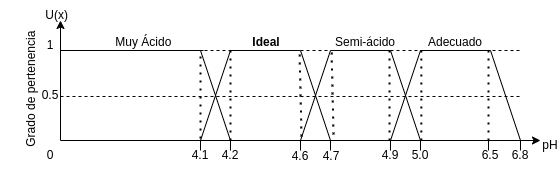
Before: UML/Modulo2/diseno/logica1.drawio.png, a diagram exported from draw.io (miicxitl-kin/Proyecto-Terminal-1-y-2). Source tidied: cells renumbered, new cells last; positions are measured from the earlier drawing's top-left corner, leaving out a move shared by most shapes.
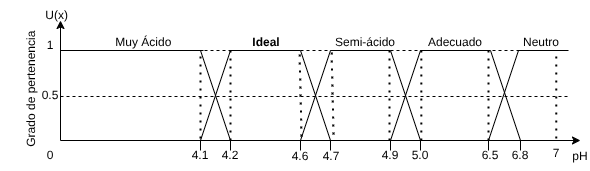
Later version of the same file.

The edit, as a diff of the source:
```diff
@@ -11,7 +11,7 @@
     <mxCell id="3" style="endArrow=classic;html=1;" parent="1" edge="1">
       <mxGeometry relative="1" as="geometry">
         <mxPoint x="94" y="140" as="sourcePoint" />
-        <mxPoint x="574" y="140" as="targetPoint" />
+        <mxPoint x="614" y="140" as="targetPoint" />
       </mxGeometry>
     </mxCell>
     <mxCell id="4" style="endArrow=none;dashed=1;html=1;" parent="1" edge="1">
@@ -54,7 +54,7 @@
       </mxGeometry>
     </mxCell>
     <mxCell id="14" value="pH" style="text;html=1;align=center;verticalAlign=middle;whiteSpace=wrap;rounded=0;" parent="1" vertex="1">
-      <mxGeometry x="574" y="130" width="20" height="30" as="geometry" />
+      <mxGeometry x="604" y="141" width="20" height="30" as="geometry" />
     </mxCell>
     <mxCell id="15" value="0" style="text;html=1;align=center;verticalAlign=middle;whiteSpace=wrap;rounded=0;" parent="1" vertex="1">
       <mxGeometry x="74" y="140" width="20" height="30" as="geometry" />
@@ -179,7 +179,7 @@
     <mxCell id="37" style="endArrow=none;dashed=1;html=1;endSize=6;startSize=6;jumpSize=5;strokeWidth=1;jumpStyle=none;" parent="1" edge="1">
       <mxGeometry relative="1" as="geometry">
         <mxPoint x="94" y="96" as="sourcePoint" />
-        <mxPoint x="554" y="96" as="targetPoint" />
+        <mxPoint x="604" y="96" as="targetPoint" />
       </mxGeometry>
     </mxCell>
     <mxCell id="38" style="endArrow=none;dashed=1;html=1;dashPattern=1 3;strokeWidth=2;" parent="1" edge="1">
@@ -236,5 +236,29 @@
     <mxCell id="49" value="Grado de pertenencia&amp;nbsp;" style="text;html=1;align=center;verticalAlign=middle;whiteSpace=wrap;rounded=0;rotation=-90;" parent="1" vertex="1">
       <mxGeometry y="72" width="130" height="30" as="geometry" />
     </mxCell>
+    <mxCell id="50" style="endArrow=none;html=1;" parent="1" edge="1">
+      <mxGeometry relative="1" as="geometry">
+        <mxPoint x="522" y="140" as="sourcePoint" />
+        <mxPoint x="552" y="50" as="targetPoint" />
+      </mxGeometry>
+    </mxCell>
+    <mxCell id="51" value="7" style="text;html=1;align=center;verticalAlign=middle;whiteSpace=wrap;rounded=0;" parent="1" vertex="1">
+      <mxGeometry x="580" y="138" width="20" height="30" as="geometry" />
+    </mxCell>
+    <mxCell id="52" style="endArrow=none;html=1;startSize=6;endSize=6;strokeWidth=1;targetPerimeterSpacing=0;" parent="1" edge="1">
+      <mxGeometry relative="1" as="geometry">
+        <mxPoint x="552" y="50" as="sourcePoint" />
+        <mxPoint x="602" y="50" as="targetPoint" />
+      </mxGeometry>
+    </mxCell>
+    <mxCell id="53" style="endArrow=none;dashed=1;html=1;dashPattern=1 3;strokeWidth=2;exitX=0.076;exitY=-0.07;exitDx=0;exitDy=0;exitPerimeter=0;" parent="1" edge="1">
+      <mxGeometry relative="1" as="geometry">
+        <mxPoint x="589.8" y="138" as="sourcePoint" />
+        <mxPoint x="589.8" y="50" as="targetPoint" />
+      </mxGeometry>
+    </mxCell>
+    <mxCell id="54" value="Neutro" style="text;html=1;align=center;verticalAlign=middle;whiteSpace=wrap;rounded=0;" parent="1" vertex="1">
+      <mxGeometry x="550" y="27" width="50" height="30" as="geometry" />
+    </mxCell>
   </root>
 </mxGraphModel>
```
